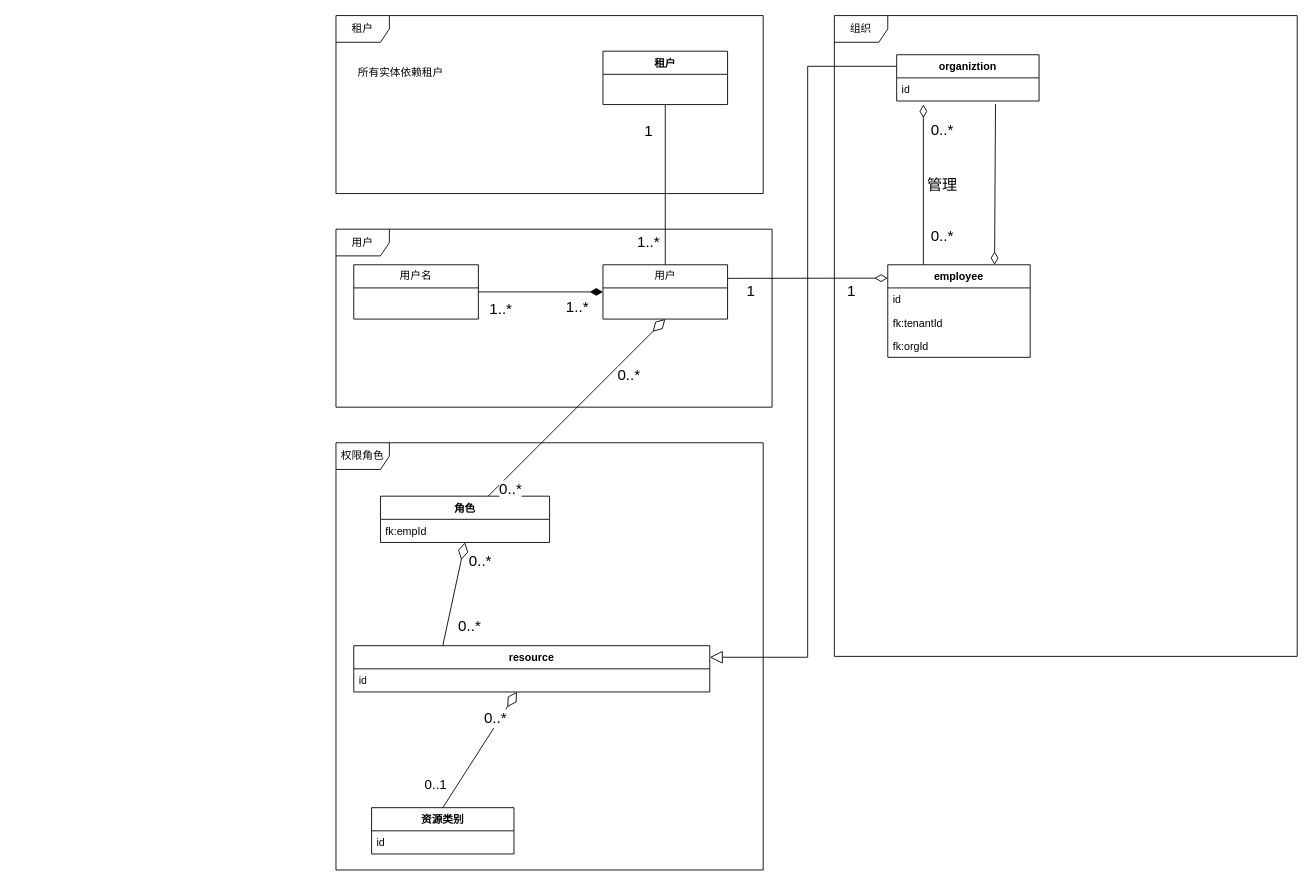
Earlier version of the draw.io diagram 未命名绘图.drawio (githubli97/ark). Source tidied: cells renumbered, new cells numbered last; positions are measured from the earlier drawing's top-left corner, leaving out a move shared by most shapes. Both pictures are drawn from the tidied source at 89%, with x=0, y=0 at pixel (336, 15).
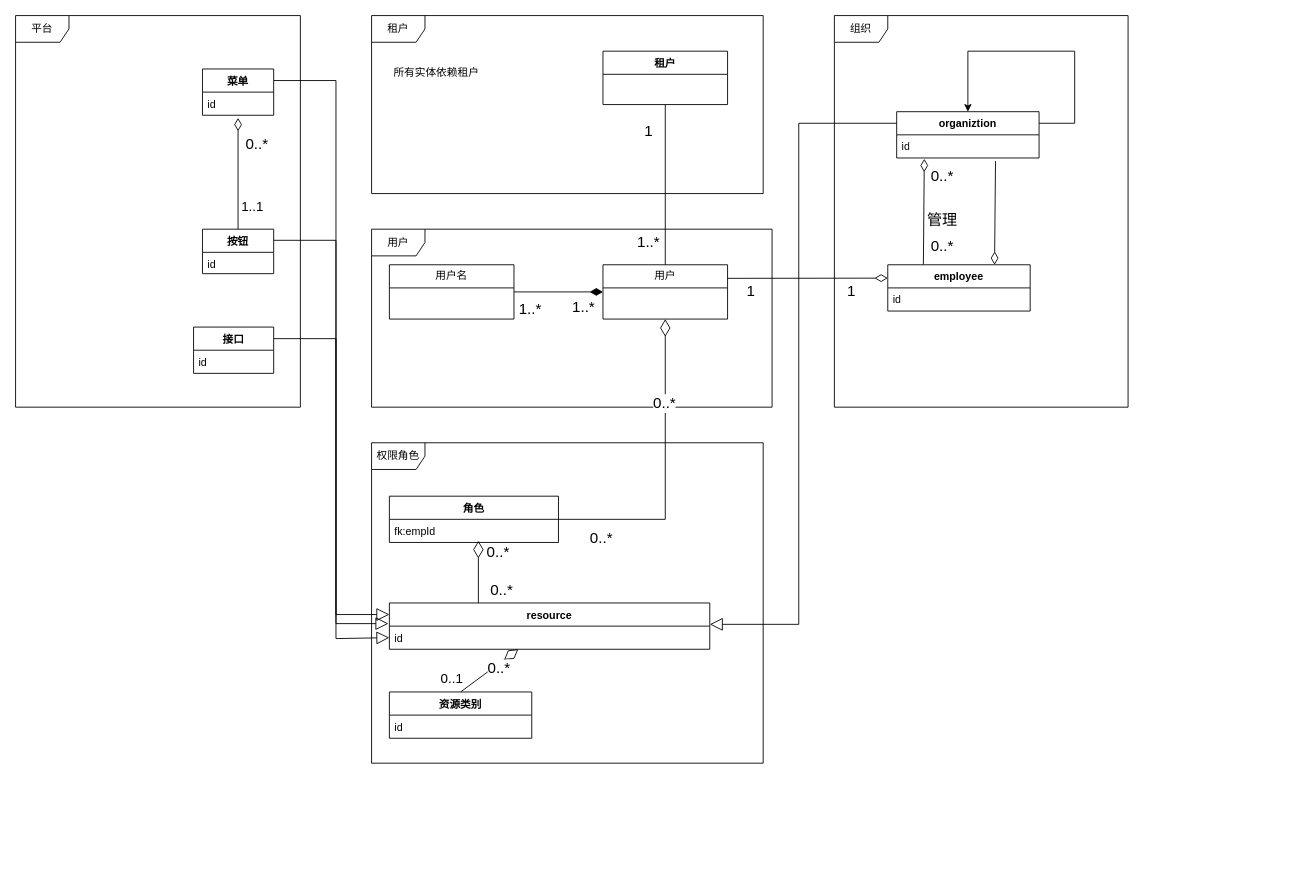
The same diagram, later.

Commit message:
更新未命名绘图.drawio

The change refers to these unchanged cells:
```xml
<mxCell id="14" value="id" style="text;strokeColor=none;fillColor=none;align=left;verticalAlign=top;spacingLeft=4;spacingRight=4;overflow=hidden;points=[[0,0.5],[1,0.5]];portConstraint=eastwest;whiteSpace=wrap;html=1;" parent="13" vertex="1">
  <mxGeometry y="26" width="160" height="26" as="geometry" />
</mxCell>
<mxCell id="29" value="用户" style="swimlane;fontStyle=0;horizontal=1;startSize=26;fillColor=none;whiteSpace=wrap;html=1;" parent="1" vertex="1">
  <mxGeometry x="300" y="280" width="140" height="61" as="geometry" />
</mxCell>
<mxCell id="31" value="fk:empId" style="text;strokeColor=none;fillColor=none;align=left;verticalAlign=top;spacingLeft=4;spacingRight=4;overflow=hidden;points=[[0,0.5],[1,0.5]];portConstraint=eastwest;whiteSpace=wrap;html=1;" parent="30" vertex="1">
  <mxGeometry y="26" width="190" height="26" as="geometry" />
</mxCell>
```

Diff of the diagram source:
```diff
@@
-    <mxCell id="2" style="rounded=0;jettySize=auto;html=1;exitX=0.25;exitY=0;exitDx=0;exitDy=0;endArrow=diamondThin;endFill=0;endSize=12;" parent="1" edge="1" source="6">
-      <mxGeometry relative="1" as="geometry">
-        <mxPoint x="660" y="100" as="targetPoint" />
-      </mxGeometry>
+    <mxCell id="2" style="rounded=0;jettySize=auto;html=1;exitX=0.25;exitY=0;exitDx=0;exitDy=0;endArrow=diamondThin;endFill=0;endSize=12;entryX=0.194;entryY=1.038;entryDx=0;entryDy=0;entryPerimeter=0;" parent="1" edge="1" source="6" target="14">
+      <mxGeometry relative="1" as="geometry" />
     </mxCell>
@@
     <mxCell id="6" value="employee" style="swimlane;fontStyle=1;align=center;verticalAlign=top;horizontal=1;startSize=26;whiteSpace=wrap;html=1;" parent="1" vertex="1">
-      <mxGeometry x="620" y="280" width="160" height="104" as="geometry" />
+      <mxGeometry x="620" y="280" width="160" height="52" as="geometry" />
     </mxCell>
@@
-    <mxCell id="8" value="fk:tenantId" style="text;strokeColor=none;fillColor=none;align=left;verticalAlign=top;spacingLeft=4;spacingRight=4;overflow=hidden;whiteSpace=wrap;html=1;" parent="6" vertex="1">
-      <mxGeometry y="52" width="160" height="26" as="geometry" />
-    </mxCell>
-    <mxCell id="9" value="fk:orgId" style="text;strokeColor=none;fillColor=none;align=left;verticalAlign=top;spacingLeft=4;spacingRight=4;overflow=hidden;whiteSpace=wrap;html=1;" parent="6" vertex="1">
-      <mxGeometry y="78" width="160" height="26" as="geometry" />
-    </mxCell>
@@
-    <mxCell id="12" style="rounded=0;jettySize=auto;html=1;exitX=0;exitY=0.25;exitDx=0;exitDy=0;entryX=1;entryY=0.25;entryDx=0;entryDy=0;endArrow=block;endFill=0;endSize=12;edgeStyle=orthogonalEdgeStyle;" parent="1" edge="1" source="13" target="35">
-      <mxGeometry relative="1" as="geometry" />
+    <mxCell id="12" style="rounded=0;jettySize=auto;html=1;exitX=0;exitY=0.25;exitDx=0;exitDy=0;endArrow=block;endFill=0;endSize=12;edgeStyle=orthogonalEdgeStyle;" parent="1" edge="1" source="13">
+      <mxGeometry relative="1" as="geometry">
+        <mxPoint x="420" y="684" as="targetPoint" />
+        <Array as="points">
+          <mxPoint x="520" y="121" />
+          <mxPoint x="520" y="684" />
+        </Array>
+      </mxGeometry>
     </mxCell>
     <mxCell id="13" value="organiztion" style="swimlane;fontStyle=1;align=center;verticalAlign=top;horizontal=1;startSize=26;whiteSpace=wrap;html=1;" parent="1" vertex="1">
-      <mxGeometry x="630" y="44" width="160" height="52" as="geometry" />
+      <mxGeometry x="630" y="108" width="160" height="52" as="geometry" />
     </mxCell>
@@
     <mxCell id="15" value="租户" style="shape=umlFrame;whiteSpace=wrap;html=1;" parent="1" vertex="1">
-      <mxGeometry width="480" height="200" as="geometry" />
+      <mxGeometry x="40" width="440" height="200" as="geometry" />
     </mxCell>
     <mxCell id="16" value="组织" style="shape=umlFrame;whiteSpace=wrap;html=1;" parent="1" vertex="1">
-      <mxGeometry x="560" width="520" height="720" as="geometry" />
+      <mxGeometry x="560" width="330" height="440" as="geometry" />
     </mxCell>
     <mxCell id="17" value="&lt;h1&gt;&lt;span style=&quot;background-color: initial; font-size: 12px; font-weight: normal;&quot;&gt;所有实体依赖租户&lt;/span&gt;&lt;br&gt;&lt;/h1&gt;" style="text;html=1;strokeColor=none;fillColor=none;spacing=5;spacingTop=-20;whiteSpace=wrap;overflow=hidden;rounded=0;" parent="1" vertex="1">
-      <mxGeometry x="20" y="40" width="190" height="120" as="geometry" />
+      <mxGeometry x="60" y="40" width="190" height="120" as="geometry" />
     </mxCell>
     <mxCell id="18" value="用户" style="shape=umlFrame;whiteSpace=wrap;html=1;" parent="1" vertex="1">
-      <mxGeometry y="240" width="490" height="200" as="geometry" />
+      <mxGeometry x="40" y="240" width="450" height="200" as="geometry" />
     </mxCell>
     <mxCell id="19" value="用户名" style="swimlane;fontStyle=0;horizontal=1;startSize=26;fillColor=none;whiteSpace=wrap;html=1;" parent="1" vertex="1">
-      <mxGeometry x="20" y="280" width="140" height="61" as="geometry" />
+      <mxGeometry x="60" y="280" width="140" height="61" as="geometry" />
     </mxCell>
@@
     <mxCell id="30" value="角色" style="swimlane;fontStyle=1;align=center;verticalAlign=top;horizontal=1;startSize=26;whiteSpace=wrap;html=1;" parent="1" vertex="1">
-      <mxGeometry x="50" y="540" width="190" height="52" as="geometry" />
+      <mxGeometry x="60" y="540" width="190" height="52" as="geometry" />
     </mxCell>
@@
-    <mxCell id="32" style="rounded=0;jettySize=auto;html=1;exitX=0.25;exitY=0;exitDx=0;exitDy=0;entryX=0.5;entryY=1;entryDx=0;entryDy=0;entryPerimeter=0;endArrow=diamondThin;endFill=0;startSize=17;endSize=17;" parent="1" edge="1" source="35" target="31">
-      <mxGeometry relative="1" as="geometry" />
+    <mxCell id="32" style="rounded=0;orthogonalLoop=1;jettySize=auto;html=1;endArrow=diamondThin;endFill=0;startSize=17;endSize=17;" parent="1" edge="1">
+      <mxGeometry relative="1" as="geometry">
+        <mxPoint x="160" y="660" as="sourcePoint" />
+        <mxPoint x="160" y="590" as="targetPoint" />
+      </mxGeometry>
     </mxCell>
@@
     <mxCell id="35" value="resource" style="swimlane;fontStyle=1;align=center;verticalAlign=top;horizontal=1;startSize=26;whiteSpace=wrap;html=1;" parent="1" vertex="1">
-      <mxGeometry x="20" y="708" width="400" height="52" as="geometry" />
+      <mxGeometry x="60" y="660" width="360" height="52" as="geometry" />
     </mxCell>
     <mxCell id="36" value="id" style="text;strokeColor=none;fillColor=none;align=left;verticalAlign=top;spacingLeft=4;spacingRight=4;overflow=hidden;points=[[0,0.5],[1,0.5]];portConstraint=eastwest;whiteSpace=wrap;html=1;" parent="35" vertex="1">
-      <mxGeometry y="26" width="400" height="26" as="geometry" />
+      <mxGeometry y="26" width="360" height="26" as="geometry" />
     </mxCell>
-    <mxCell id="37" value="权限角色" style="shape=umlFrame;whiteSpace=wrap;html=1;" parent="1" vertex="1">
-      <mxGeometry y="480" width="480" height="480" as="geometry" />
+    <mxCell id="37" value="权限角色" style="shape=umlFrame;whiteSpace=wrap;html=1;strokeColor=default;fillColor=default;" parent="1" vertex="1">
+      <mxGeometry x="40" y="480" width="440" height="360" as="geometry" />
     </mxCell>
-    <mxCell id="38" style="rounded=0;jettySize=auto;html=1;entryX=0.5;entryY=1;entryDx=0;entryDy=0;endArrow=diamondThin;endFill=0;strokeWidth=1;endSize=17;" parent="1" edge="1" source="30" target="29">
+    <mxCell id="38" style="rounded=0;jettySize=auto;html=1;entryX=0.5;entryY=1;entryDx=0;entryDy=0;endArrow=diamondThin;endFill=0;strokeWidth=1;endSize=17;edgeStyle=orthogonalEdgeStyle;" parent="1" edge="1" source="30" target="29">
       <mxGeometry relative="1" as="geometry" />
     </mxCell>
@@
     <mxCell id="44" value="资源类别" style="swimlane;fontStyle=1;align=center;verticalAlign=top;horizontal=1;startSize=26;whiteSpace=wrap;html=1;" parent="1" vertex="1">
-      <mxGeometry x="40" y="890" width="160" height="52" as="geometry" />
+      <mxGeometry x="60" y="760" width="160" height="52" as="geometry" />
     </mxCell>
@@
+    <mxCell id="46" style="edgeStyle=orthogonalEdgeStyle;rounded=0;jettySize=auto;html=1;exitX=1;exitY=0.25;exitDx=0;exitDy=0;endArrow=block;endFill=0;endSize=12;entryX=0;entryY=0.5;entryDx=0;entryDy=0;" parent="1" edge="1" source="47" target="36">
+      <mxGeometry relative="1" as="geometry">
+        <Array as="points">
+          <mxPoint y="73" />
+          <mxPoint y="700" />
+        </Array>
+      </mxGeometry>
+    </mxCell>
+    <mxCell id="47" value="菜单" style="swimlane;fontStyle=1;align=center;verticalAlign=top;horizontal=1;startSize=26;whiteSpace=wrap;html=1;" parent="1" vertex="1">
+      <mxGeometry x="-150" y="60" width="80" height="52" as="geometry" />
+    </mxCell>
+    <mxCell id="48" value="id" style="text;strokeColor=none;fillColor=none;align=left;verticalAlign=top;spacingLeft=4;spacingRight=4;overflow=hidden;points=[[0,0.5],[1,0.5]];portConstraint=eastwest;whiteSpace=wrap;html=1;" parent="47" vertex="1">
+      <mxGeometry y="26" width="80" height="26" as="geometry" />
+    </mxCell>
+    <mxCell id="49" value="平台" style="shape=umlFrame;whiteSpace=wrap;html=1;" parent="1" vertex="1">
+      <mxGeometry x="-360" width="320" height="440" as="geometry" />
+    </mxCell>
+    <mxCell id="50" style="edgeStyle=orthogonalEdgeStyle;rounded=0;jettySize=auto;html=1;exitX=1;exitY=0.25;exitDx=0;exitDy=0;entryX=-0.003;entryY=-0.108;entryDx=0;entryDy=0;endArrow=block;endFill=0;endSize=12;entryPerimeter=0;" parent="1" edge="1" source="51" target="36">
+      <mxGeometry relative="1" as="geometry">
+        <Array as="points">
+          <mxPoint y="363" />
+          <mxPoint y="683" />
+        </Array>
+      </mxGeometry>
+    </mxCell>
+    <mxCell id="51" value="接口" style="swimlane;fontStyle=1;align=center;verticalAlign=top;horizontal=1;startSize=26;whiteSpace=wrap;html=1;" parent="1" vertex="1">
+      <mxGeometry x="-160" y="350" width="90" height="52" as="geometry" />
+    </mxCell>
+    <mxCell id="52" value="id" style="text;strokeColor=none;fillColor=none;align=left;verticalAlign=top;spacingLeft=4;spacingRight=4;overflow=hidden;whiteSpace=wrap;html=1;" parent="51" vertex="1">
+      <mxGeometry y="26" width="90" height="26" as="geometry" />
+    </mxCell>
+    <mxCell id="53" style="rounded=0;jettySize=auto;html=1;exitX=0.5;exitY=0;exitDx=0;exitDy=0;entryX=0.5;entryY=1.115;entryDx=0;entryDy=0;entryPerimeter=0;endArrow=diamondThin;endFill=0;endSize=12;" parent="1" edge="1" source="57" target="48">
+      <mxGeometry relative="1" as="geometry" />
+    </mxCell>
+    <mxCell id="54" value="&lt;font style=&quot;font-size: 15px;&quot;&gt;1..1&lt;/font&gt;" style="edgeLabel;html=1;align=center;verticalAlign=middle;" parent="53" vertex="1">
+      <mxGeometry x="-0.52" y="1" relative="1" as="geometry">
+        <mxPoint x="16" y="3" as="offset" />
+      </mxGeometry>
+    </mxCell>
+    <mxCell id="55" value="&lt;font style=&quot;font-size: 17px;&quot;&gt;0..*&lt;/font&gt;" style="edgeLabel;html=1;align=center;verticalAlign=middle;" parent="53" vertex="1">
+      <mxGeometry x="0.58" relative="1" as="geometry">
+        <mxPoint x="20" y="3" as="offset" />
+      </mxGeometry>
+    </mxCell>
+    <mxCell id="56" style="rounded=0;jettySize=auto;html=1;exitX=1;exitY=0.25;exitDx=0;exitDy=0;entryX=0;entryY=0.25;entryDx=0;entryDy=0;endArrow=block;endFill=0;endSize=12;edgeStyle=orthogonalEdgeStyle;" parent="1" edge="1" source="57" target="35">
+      <mxGeometry relative="1" as="geometry">
+        <Array as="points">
+          <mxPoint y="253" />
+          <mxPoint y="673" />
+        </Array>
+      </mxGeometry>
+    </mxCell>
+    <mxCell id="57" value="按钮" style="swimlane;fontStyle=1;align=center;verticalAlign=top;horizontal=1;startSize=26;whiteSpace=wrap;html=1;" parent="1" vertex="1">
+      <mxGeometry x="-150" y="240" width="80" height="50" as="geometry" />
+    </mxCell>
+    <mxCell id="58" value="id" style="text;strokeColor=none;fillColor=none;align=left;verticalAlign=top;spacingLeft=4;spacingRight=4;overflow=hidden;whiteSpace=wrap;html=1;" parent="57" vertex="1">
+      <mxGeometry y="26" width="80" height="24" as="geometry" />
+    </mxCell>
+    <mxCell id="59" style="edgeStyle=orthogonalEdgeStyle;rounded=0;orthogonalLoop=1;jettySize=auto;html=1;exitX=1;exitY=0.25;exitDx=0;exitDy=0;entryX=0.5;entryY=0;entryDx=0;entryDy=0;" parent="1" edge="1" source="13" target="13">
+      <mxGeometry relative="1" as="geometry">
+        <Array as="points">
+          <mxPoint x="830" y="121" />
+          <mxPoint x="830" y="40" />
+          <mxPoint x="710" y="40" />
+        </Array>
+      </mxGeometry>
+    </mxCell>
```
